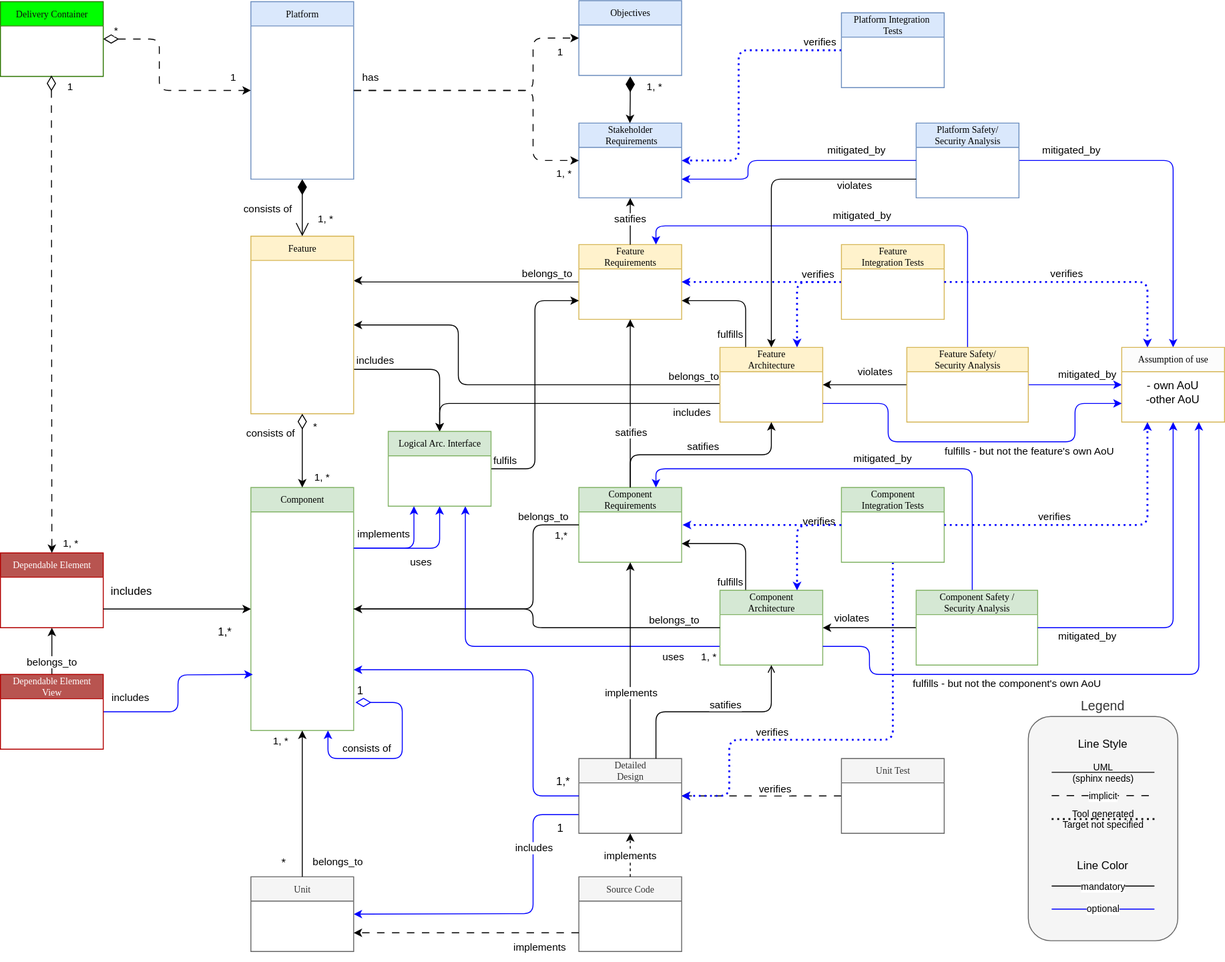
Above: pr-599/_images/score_building_blocks_meta_model.drawio.svg in eclipse-score/process_description (draw.io), before the change. Source tidied: cells renumbered, new cells last; positions are measured from the earlier drawing's top-left corner, leaving out a move shared by most shapes.
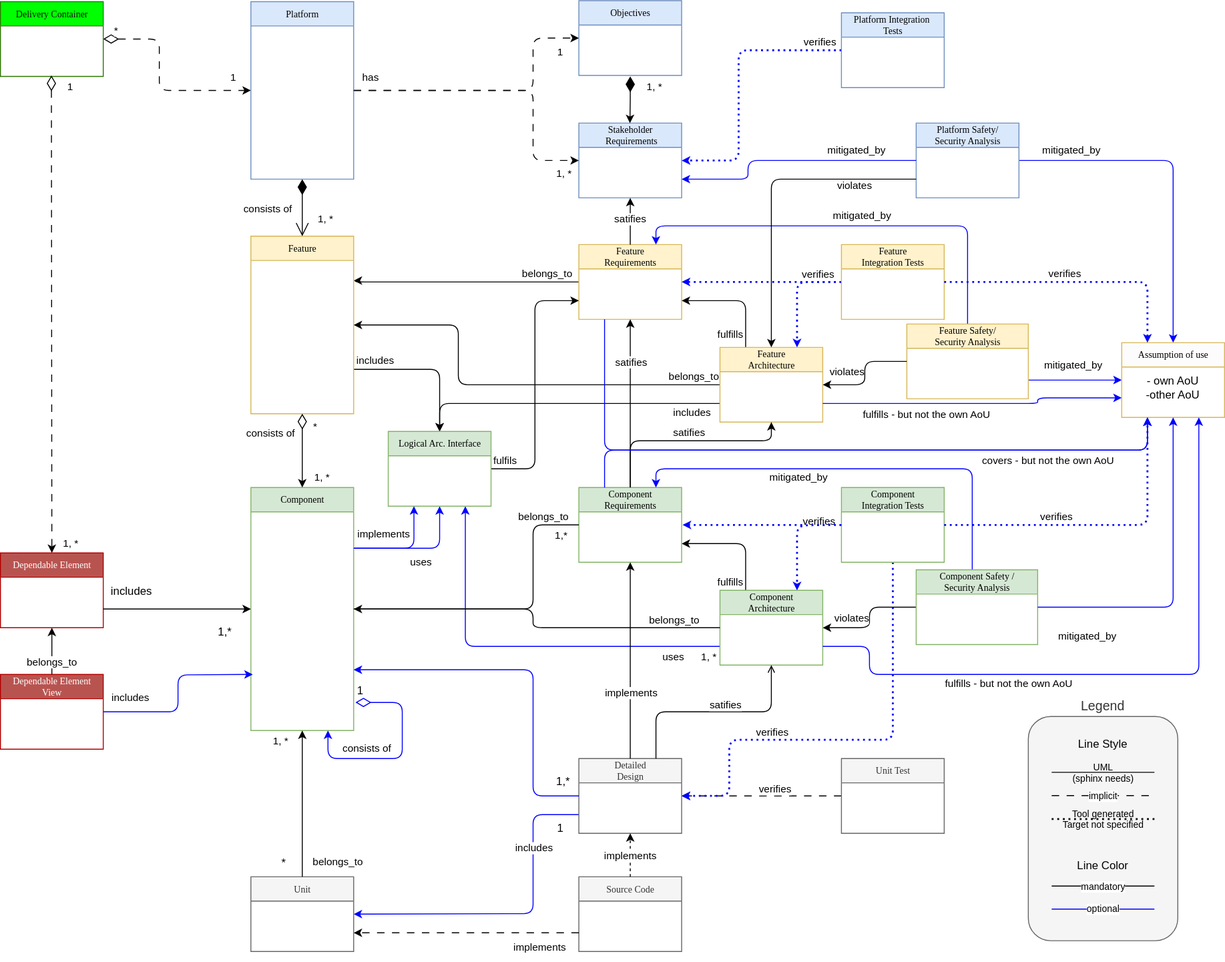
Later version of the same file.

Change to the diagram source:
```diff
@@ -71,7 +71,12 @@
       <mxGeometry x="770" y="371" width="110" height="80" as="geometry" />
     </mxCell>
     <mxCell id="18" style="edgeStyle=orthogonalEdgeStyle;rounded=1;jettySize=auto;html=1;entryX=0.5;entryY=1;entryDx=0;entryDy=0;endArrow=classic;endFill=1;exitX=0.5;exitY=0;exitDx=0;exitDy=0;curved=0;" parent="1" edge="1" source="20" target="17">
-      <mxGeometry relative="1" as="geometry" />
+      <mxGeometry relative="1" as="geometry">
+        <Array as="points">
+          <mxPoint x="674" y="471" />
+          <mxPoint x="825" y="471" />
+        </Array>
+      </mxGeometry>
     </mxCell>
     <mxCell id="19" value="satifies" style="edgeLabel;html=1;align=center;verticalAlign=middle;" parent="18" vertex="1">
       <mxGeometry x="0.06" y="6" relative="1" as="geometry">
@@ -234,7 +239,7 @@
     </mxCell>
     <mxCell id="52" value="satifies" style="edgeLabel;html=1;align=center;verticalAlign=middle;" parent="51" vertex="1">
       <mxGeometry x="0.06" y="6" relative="1" as="geometry">
-        <mxPoint x="6" y="35" as="offset" />
+        <mxPoint x="6" y="-40" as="offset" />
       </mxGeometry>
     </mxCell>
     <mxCell id="53" value="&lt;div&gt;&lt;br&gt;&lt;/div&gt;" style="edgeStyle=orthogonalEdgeStyle;rounded=1;jettySize=auto;html=1;entryX=0;entryY=0.5;entryDx=0;entryDy=0;curved=0;exitX=1;exitY=0.5;exitDx=0;exitDy=0;startArrow=classic;startFill=1;endArrow=none;endFill=0;" parent="1" edge="1" source="9" target="50">
@@ -330,10 +335,7 @@
         <mxPoint x="13" as="offset" />
       </mxGeometry>
     </mxCell>
-    <mxCell id="71" style="edgeStyle=orthogonalEdgeStyle;rounded=0;jettySize=auto;html=1;entryX=1;entryY=0.5;entryDx=0;entryDy=0;" parent="1" edge="1" source="74" target="17">
-      <mxGeometry relative="1" as="geometry" />
-    </mxCell>
-    <mxCell id="72" style="edgeStyle=orthogonalEdgeStyle;rounded=0;jettySize=auto;html=1;entryX=1;entryY=0.5;entryDx=0;entryDy=0;exitX=0;exitY=0.5;exitDx=0;exitDy=0;endArrow=none;endFill=0;startArrow=classic;startFill=1;strokeColor=#0000FF;" parent="1" edge="1" source="75" target="74">
+    <mxCell id="72" style="edgeStyle=orthogonalEdgeStyle;rounded=0;jettySize=auto;html=1;entryX=1;entryY=0.75;entryDx=0;entryDy=0;exitX=0;exitY=0.5;exitDx=0;exitDy=0;endArrow=none;endFill=0;startArrow=classic;startFill=1;strokeColor=#0000FF;" parent="1" edge="1" source="75" target="74">
       <mxGeometry relative="1" as="geometry" />
     </mxCell>
     <mxCell id="73" style="edgeStyle=orthogonalEdgeStyle;rounded=1;jettySize=auto;html=1;entryX=0.75;entryY=0;entryDx=0;entryDy=0;endArrow=classic;endFill=1;startArrow=none;startFill=0;curved=0;strokeColor=#0000FF;" parent="1" edge="1" source="74" target="11">
@@ -346,10 +348,10 @@
       </mxGeometry>
     </mxCell>
     <mxCell id="74" value="Feature Safety/&lt;br&gt;Security Analysis" style="swimlane;html=1;fontStyle=0;horizontal=1;startSize=26;fillColor=#fff2cc;swimlaneFillColor=#ffffff;rounded=0;shadow=0;comic=0;labelBackgroundColor=none;strokeWidth=1;fontFamily=Verdana;fontSize=10;align=center;strokeColor=#d6b656;" parent="1" vertex="1">
-      <mxGeometry x="970" y="371" width="130" height="80" as="geometry" />
+      <mxGeometry x="970" y="346" width="130" height="80" as="geometry" />
     </mxCell>
     <mxCell id="75" value="Assumption of use" style="swimlane;html=1;fontStyle=0;horizontal=1;startSize=26;fillColor=#fcfcfc;swimlaneFillColor=#ffffff;rounded=0;shadow=0;comic=0;labelBackgroundColor=none;strokeWidth=1;fontFamily=Verdana;fontSize=10;align=center;strokeColor=#d6b656;" parent="1" vertex="1">
-      <mxGeometry x="1200" y="371" width="110" height="80" as="geometry" />
+      <mxGeometry x="1200" y="366" width="110" height="80" as="geometry" />
     </mxCell>
     <mxCell id="76" value="- own AoU&lt;br&gt;-other AoU" style="text;html=1;strokeColor=none;fillColor=none;align=center;verticalAlign=middle;whiteSpace=wrap;rounded=0;" parent="75" vertex="1">
       <mxGeometry y="26" width="110" height="44" as="geometry" />
@@ -380,12 +382,12 @@
       </mxGeometry>
     </mxCell>
     <mxCell id="83" value="violates" style="edgeLabel;html=1;align=center;verticalAlign=middle;" parent="1" vertex="1">
-      <mxGeometry x="910" y="401" as="geometry">
+      <mxGeometry x="880" y="401" as="geometry">
         <mxPoint x="25" y="-5" as="offset" />
       </mxGeometry>
     </mxCell>
     <mxCell id="84" value="mitigated_by" style="edgeLabel;html=1;align=center;verticalAlign=middle;" parent="1" vertex="1">
-      <mxGeometry x="970" y="411" as="geometry">
+      <mxGeometry x="955" y="401" as="geometry">
         <mxPoint x="192" y="-12" as="offset" />
       </mxGeometry>
     </mxCell>
@@ -423,7 +425,7 @@
       </mxGeometry>
     </mxCell>
     <mxCell id="91" value="Component Safety /&lt;br&gt;Security Analysis" style="swimlane;html=1;fontStyle=0;horizontal=1;startSize=26;fillColor=#d5e8d4;swimlaneFillColor=#ffffff;rounded=0;shadow=0;comic=0;labelBackgroundColor=none;strokeWidth=1;fontFamily=Verdana;fontSize=10;align=center;strokeColor=#82b366;" parent="1" vertex="1">
-      <mxGeometry x="980" y="631" width="130" height="80" as="geometry" />
+      <mxGeometry x="980" y="609" width="130" height="80" as="geometry" />
     </mxCell>
     <mxCell id="92" style="edgeStyle=orthogonalEdgeStyle;rounded=1;jettySize=auto;html=1;entryX=1;entryY=0.5;entryDx=0;entryDy=0;startArrow=classic;startFill=1;endArrow=none;endFill=0;strokeColor=#0000FF;exitX=0.5;exitY=1;exitDx=0;exitDy=0;" parent="1" edge="1" source="75" target="91">
       <mxGeometry relative="1" as="geometry" />
@@ -444,7 +446,7 @@
       </mxGeometry>
     </mxCell>
     <mxCell id="96" value="mitigated_by" style="edgeLabel;html=1;align=center;verticalAlign=middle;" parent="1" vertex="1">
-      <mxGeometry x="750" y="481" as="geometry">
+      <mxGeometry x="660" y="501" as="geometry">
         <mxPoint x="193" y="8" as="offset" />
       </mxGeometry>
     </mxCell>
@@ -601,19 +603,18 @@
         <mxPoint x="13" y="-8" as="offset" />
       </mxGeometry>
     </mxCell>
-    <mxCell id="129" style="edgeStyle=orthogonalEdgeStyle;rounded=1;jettySize=auto;html=1;entryX=1;entryY=0.75;entryDx=0;entryDy=0;exitX=0;exitY=0.75;exitDx=0;exitDy=0;strokeColor=#0000ff;startArrow=classic;startFill=1;endArrow=none;endFill=0;" parent="1" edge="1" source="75" target="17">
+    <mxCell id="129" style="edgeStyle=orthogonalEdgeStyle;rounded=1;jettySize=auto;html=1;strokeColor=#0000ff;startArrow=classic;startFill=1;endArrow=none;endFill=0;exitX=0;exitY=0.75;exitDx=0;exitDy=0;" parent="1" edge="1" source="76">
       <mxGeometry relative="1" as="geometry">
+        <mxPoint x="880" y="431" as="targetPoint" />
         <Array as="points">
-          <mxPoint x="1150" y="431" />
-          <mxPoint x="1150" y="472" />
-          <mxPoint x="950" y="472" />
-          <mxPoint x="950" y="431" />
+          <mxPoint x="1110" y="425" />
+          <mxPoint x="1110" y="431" />
         </Array>
       </mxGeometry>
     </mxCell>
-    <mxCell id="130" value="fulfills - but not the feature's own AoU" style="edgeLabel;html=1;align=center;verticalAlign=middle;" parent="129" vertex="1">
+    <mxCell id="130" value="fulfills - but not the own AoU" style="edgeLabel;html=1;align=center;verticalAlign=middle;" parent="129" vertex="1">
       <mxGeometry x="-0.28" y="1" relative="1" as="geometry">
-        <mxPoint x="4" y="8" as="offset" />
+        <mxPoint x="-98" y="10" as="offset" />
       </mxGeometry>
     </mxCell>
     <mxCell id="131" style="edgeStyle=orthogonalEdgeStyle;rounded=1;jettySize=auto;html=1;exitX=0.75;exitY=1;exitDx=0;exitDy=0;strokeColor=#0000ff;startArrow=classic;startFill=1;endArrow=none;endFill=0;entryX=1;entryY=0.75;entryDx=0;entryDy=0;" parent="1" edge="1" source="75" target="50">
@@ -625,7 +626,7 @@
         </Array>
       </mxGeometry>
     </mxCell>
-    <mxCell id="132" value="fulfills - but not the component's own AoU" style="edgeLabel;html=1;align=center;verticalAlign=middle;" parent="131" vertex="1">
+    <mxCell id="132" value="fulfills - but not the own AoU" style="edgeLabel;html=1;align=center;verticalAlign=middle;" parent="131" vertex="1">
       <mxGeometry x="0.35" y="-2" relative="1" as="geometry">
         <mxPoint y="11" as="offset" />
       </mxGeometry>
@@ -646,5 +647,27 @@
         <mxPoint y="-10" as="offset" />
       </mxGeometry>
     </mxCell>
+    <mxCell id="71" style="edgeStyle=orthogonalEdgeStyle;rounded=1;jettySize=auto;html=1;entryX=1;entryY=0.5;entryDx=0;entryDy=0;curved=0;exitX=0;exitY=0.5;exitDx=0;exitDy=0;" parent="1" edge="1" source="74" target="17">
+      <mxGeometry relative="1" as="geometry" />
+    </mxCell>
+    <mxCell id="137" style="edgeStyle=orthogonalEdgeStyle;rounded=1;jettySize=auto;html=1;startArrow=none;startFill=0;endArrow=classic;endFill=1;curved=0;strokeColor=#0000FF;entryX=0.25;entryY=1;entryDx=0;entryDy=0;exitX=0.25;exitY=1;exitDx=0;exitDy=0;" parent="1" edge="1" source="11" target="75">
+      <mxGeometry relative="1" as="geometry">
+        <Array as="points">
+          <mxPoint x="647" y="481" />
+          <mxPoint x="1228" y="481" />
+        </Array>
+      </mxGeometry>
+    </mxCell>
+    <mxCell id="138" style="edgeStyle=orthogonalEdgeStyle;rounded=1;jettySize=auto;html=1;startArrow=none;startFill=0;endArrow=classic;endFill=1;curved=0;strokeColor=#0000FF;entryX=0.25;entryY=1;entryDx=0;entryDy=0;exitX=0.25;exitY=0;exitDx=0;exitDy=0;" parent="1" edge="1" source="20" target="75">
+      <mxGeometry relative="1" as="geometry">
+        <Array as="points">
+          <mxPoint x="647" y="481" />
+          <mxPoint x="1228" y="481" />
+        </Array>
+      </mxGeometry>
+    </mxCell>
+    <mxCell id="139" value="covers - but not the own AoU" style="edgeLabel;html=1;align=center;verticalAlign=middle;" parent="1" vertex="1">
+      <mxGeometry x="1120" y="491" as="geometry" />
+    </mxCell>
   </root>
 </mxGraphModel>
```
